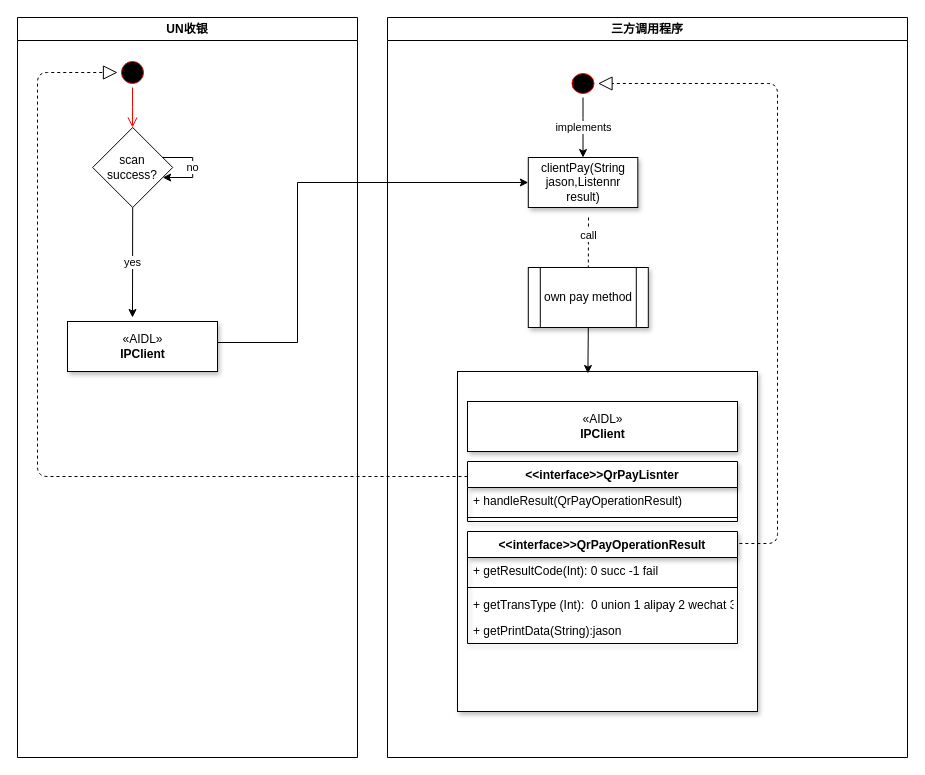
Before: Untitled Diagram.drawio in dannyliesco/drawio, a draw.io diagram. Source tidied: cells renumbered, new cells numbered last; positions are measured from the earlier drawing's top-left corner, leaving out a move shared by most shapes. Both pictures are drawn from the tidied source at 100%, with x=0, y=0 at pixel (17, 17).
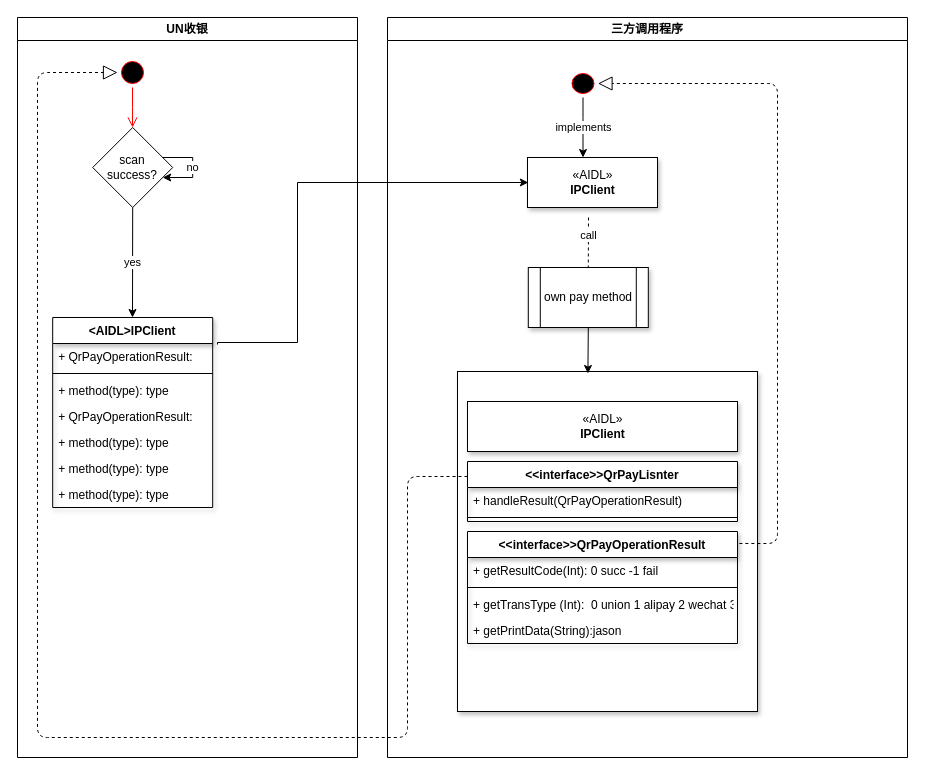
The same page after the edit.

The change refers to these unchanged cells:
```xml
<mxCell id="3" value="UN收银" style="swimlane;whiteSpace=wrap;" parent="1" vertex="1">
  <mxGeometry width="340" height="740" as="geometry" />
</mxCell>
<mxCell id="4" style="ellipse;shape=startState;fillColor=#000000;strokeColor=#ff0000;" parent="3" vertex="1">
  <mxGeometry x="100" y="40" width="30" height="30" as="geometry" />
</mxCell>
<mxCell id="9" value="三方调用程序" style="swimlane;whiteSpace=wrap;" parent="1" vertex="1">
  <mxGeometry x="370" width="520" height="740" as="geometry" />
</mxCell>
<mxCell id="11" style="ellipse;shape=startState;fillColor=#000000;strokeColor=#ff0000;" parent="9" vertex="1">
  <mxGeometry x="180.5" y="52" width="30" height="28" as="geometry" />
</mxCell>
<mxCell id="18" value="&lt;&lt;interface&gt;&gt;QrPayLisnter&#10;" style="swimlane;fontStyle=1;align=center;verticalAlign=top;horizontal=1;startSize=26;shadow=1;" parent="1" vertex="1">
  <mxGeometry x="450" y="444" width="270" height="60" as="geometry" />
</mxCell>
```

What changed in the source:
```diff
@@
+    <mxCell id="30" value="&lt;AIDL&gt;IPClient&#10;" style="swimlane;fontStyle=1;align=center;verticalAlign=top;horizontal=1;startSize=26;shadow=1;" parent="3" vertex="1">
+      <mxGeometry x="35.2" y="300" width="160" height="190" as="geometry" />
+    </mxCell>
+    <mxCell id="31" value="+ QrPayOperationResult: " style="text;strokeColor=none;fillColor=none;align=left;verticalAlign=top;spacingLeft=4;spacingRight=4;overflow=hidden;" parent="30" vertex="1">
+      <mxGeometry y="26" width="160" height="26" as="geometry" />
+    </mxCell>
+    <mxCell id="32" style="line;strokeWidth=1;fillColor=none;align=left;verticalAlign=middle;spacingTop=-1;spacingLeft=3;spacingRight=3;labelPosition=right;" parent="30" vertex="1">
+      <mxGeometry y="52" width="160" height="8" as="geometry" />
+    </mxCell>
+    <mxCell id="33" value="+ method(type): type" style="text;strokeColor=none;fillColor=none;align=left;verticalAlign=top;spacingLeft=4;spacingRight=4;overflow=hidden;" parent="30" vertex="1">
+      <mxGeometry y="60" width="160" height="26" as="geometry" />
+    </mxCell>
+    <mxCell id="34" value="+ QrPayOperationResult: " style="text;strokeColor=none;fillColor=none;align=left;verticalAlign=top;spacingLeft=4;spacingRight=4;overflow=hidden;" parent="30" vertex="1">
+      <mxGeometry y="86" width="160" height="26" as="geometry" />
+    </mxCell>
+    <mxCell id="35" value="+ method(type): type" style="text;strokeColor=none;fillColor=none;align=left;verticalAlign=top;spacingLeft=4;spacingRight=4;overflow=hidden;" parent="30" vertex="1">
+      <mxGeometry y="112" width="160" height="26" as="geometry" />
+    </mxCell>
+    <mxCell id="36" value="+ method(type): type" style="text;strokeColor=none;fillColor=none;align=left;verticalAlign=top;spacingLeft=4;spacingRight=4;overflow=hidden;" parent="30" vertex="1">
+      <mxGeometry y="138" width="160" height="26" as="geometry" />
+    </mxCell>
+    <mxCell id="37" value="+ method(type): type" style="text;strokeColor=none;fillColor=none;align=left;verticalAlign=top;spacingLeft=4;spacingRight=4;overflow=hidden;" parent="30" vertex="1">
+      <mxGeometry y="164" width="160" height="26" as="geometry" />
+    </mxCell>
@@
-    <mxCell id="10" value="implements" style="edgeStyle=orthogonalEdgeStyle;rounded=0;jettySize=auto;html=1;" parent="9" edge="1" source="11" target="12">
+    <mxCell id="10" value="implements" style="edgeStyle=orthogonalEdgeStyle;rounded=0;jettySize=auto;html=1;" parent="9" edge="1" source="11">
       <mxGeometry relative="1" as="geometry">
+        <mxPoint x="195.5" y="140" as="targetPoint" />
         <Array as="points">
           <mxPoint x="196" y="100" />
           <mxPoint x="196" y="100" />
         </Array>
       </mxGeometry>
     </mxCell>
@@
-    <mxCell id="12" value="clientPay(String jason,Listennr result)" style="rounded=0;whiteSpace=wrap;html=1;shadow=1;" parent="9" vertex="1">
-      <mxGeometry x="140.8" y="140" width="109.5" height="50" as="geometry" />
-    </mxCell>
@@
-    <mxCell id="17" style="edgeStyle=orthogonalEdgeStyle;rounded=0;jettySize=auto;html=1;exitX=1;exitY=0.5;exitDx=0;exitDy=0;" parent="1" edge="1" target="12">
+    <mxCell id="17" style="edgeStyle=orthogonalEdgeStyle;rounded=0;orthogonalLoop=1;jettySize=auto;html=1;exitX=1;exitY=0.5;exitDx=0;exitDy=0;" parent="1" edge="1">
       <mxGeometry relative="1" as="geometry">
         <mxPoint x="200" y="327" as="sourcePoint" />
+        <mxPoint x="510.8" y="165" as="targetPoint" />
         <Array as="points">
           <mxPoint x="200" y="325" />
           <mxPoint x="280" y="325" />
           <mxPoint x="280" y="165" />
         </Array>
       </mxGeometry>
     </mxCell>
@@
     <mxCell id="28" style="endArrow=block;dashed=1;endFill=0;endSize=12;html=1;exitX=0;exitY=0.25;exitDx=0;exitDy=0;" parent="1" edge="1" source="18" target="4">
       <mxGeometry relative="1" as="geometry">
         <Array as="points">
-          <mxPoint x="20" y="459" />
+          <mxPoint x="390" y="459" />
+          <mxPoint x="390" y="720" />
+          <mxPoint x="20" y="720" />
           <mxPoint x="20" y="55" />
         </Array>
       </mxGeometry>
     </mxCell>
     <mxCell id="29" value="«AIDL»&lt;br&gt;&lt;b&gt;IPClient&lt;/b&gt;" style="html=1;shadow=1;" parent="1" vertex="1">
-      <mxGeometry x="50" y="304" width="150" height="50" as="geometry" />
+      <mxGeometry x="510" y="140" width="130" height="50" as="geometry" />
     </mxCell>
```
